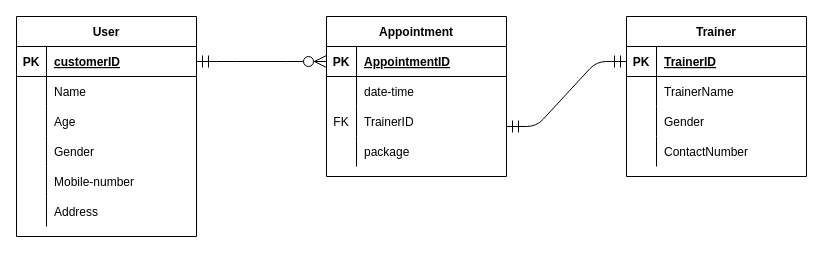
Above: Untitled Diagram.drawio in tcsswapnika/java-practice (draw.io), before the change. Source tidied: cells renumbered, new cells numbered last; positions are measured from the earlier drawing's top-left corner, leaving out a move shared by most shapes. Both pictures are drawn from the tidied source at 100%, with x=0, y=0 at pixel (16, 16).
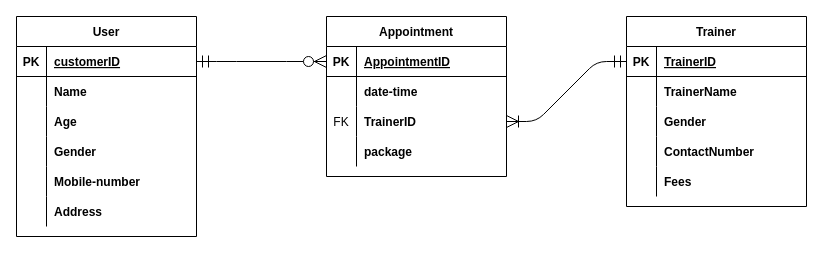
After the change.

The change refers to these unchanged cells:
```xml
<mxCell id="6" style="shape=partialRectangle;fillColor=none;top=0;left=0;bottom=0;right=0;" parent="2" vertex="1">
  <mxGeometry y="60" width="180" height="30" as="geometry" />
</mxCell>
<mxCell id="9" style="shape=partialRectangle;fillColor=none;top=0;left=0;bottom=0;right=0;" parent="2" vertex="1">
  <mxGeometry y="90" width="180" height="30" as="geometry" />
</mxCell>
<mxCell id="12" style="shape=partialRectangle;fillColor=none;top=0;left=0;bottom=0;right=0;" parent="2" vertex="1">
  <mxGeometry y="120" width="180" height="30" as="geometry" />
</mxCell>
<mxCell id="15" style="shape=partialRectangle;fillColor=none;top=0;left=0;bottom=0;right=0;" parent="2" vertex="1">
  <mxGeometry y="150" width="180" height="30" as="geometry" />
</mxCell>
<mxCell id="18" style="shape=partialRectangle;fillColor=none;top=0;left=0;bottom=0;right=0;" parent="2" vertex="1">
  <mxGeometry y="180" width="180" height="30" as="geometry" />
</mxCell>
<mxCell id="25" style="shape=partialRectangle;fillColor=none;top=0;left=0;bottom=0;right=0;" parent="21" vertex="1">
  <mxGeometry y="60" width="180" height="30" as="geometry" />
</mxCell>
<mxCell id="28" style="shape=partialRectangle;fillColor=none;top=0;left=0;bottom=0;right=0;points=[[0,0.5],[1,0.5]];portConstraint=eastwest;" parent="21" vertex="1">
  <mxGeometry y="90" width="180" height="30" as="geometry" />
</mxCell>
<mxCell id="31" style="shape=partialRectangle;fillColor=none;top=0;left=0;bottom=0;right=0;" parent="21" vertex="1">
  <mxGeometry y="120" width="180" height="30" as="geometry" />
</mxCell>
<mxCell id="35" style="shape=partialRectangle;fillColor=none;top=0;left=0;bottom=1;right=0;points=[[0,0.5],[1,0.5]];portConstraint=eastwest;" parent="34" vertex="1">
  <mxGeometry y="30" width="180" height="30" as="geometry" />
</mxCell>
<mxCell id="38" style="shape=partialRectangle;fillColor=none;top=0;left=0;bottom=0;right=0;" parent="34" vertex="1">
  <mxGeometry y="60" width="180" height="30" as="geometry" />
</mxCell>
<mxCell id="41" style="shape=partialRectangle;fillColor=none;top=0;left=0;bottom=0;right=0;" parent="34" vertex="1">
  <mxGeometry y="90" width="180" height="30" as="geometry" />
</mxCell>
<mxCell id="44" style="shape=partialRectangle;fillColor=none;top=0;left=0;bottom=0;right=0;" parent="34" vertex="1">
  <mxGeometry y="120" width="180" height="30" as="geometry" />
</mxCell>
```

Change to the diagram source:
```diff
@@
-    <mxCell id="8" value="Name    " style="shape=partialRectangle;fillColor=none;top=0;left=0;bottom=0;right=0;align=left;spacingLeft=6;overflow=hidden;" parent="6" vertex="1">
+    <mxCell id="8" value="Name    " style="shape=partialRectangle;fillColor=none;top=0;left=0;bottom=0;right=0;align=left;spacingLeft=6;overflow=hidden;fontStyle=1;" parent="6" vertex="1">
       <mxGeometry x="30" width="150" height="30" as="geometry" />
     </mxCell>
@@
-    <mxCell id="11" value="Age" style="shape=partialRectangle;fillColor=none;top=0;left=0;bottom=0;right=0;align=left;spacingLeft=6;overflow=hidden;" parent="9" vertex="1">
+    <mxCell id="11" value="Age" style="shape=partialRectangle;fillColor=none;top=0;left=0;bottom=0;right=0;align=left;spacingLeft=6;overflow=hidden;fontStyle=1;" parent="9" vertex="1">
       <mxGeometry x="30" width="150" height="30" as="geometry" />
     </mxCell>
@@
-    <mxCell id="14" value="Gender" style="shape=partialRectangle;fillColor=none;top=0;left=0;bottom=0;right=0;align=left;spacingLeft=6;overflow=hidden;" parent="12" vertex="1">
+    <mxCell id="14" value="Gender" style="shape=partialRectangle;fillColor=none;top=0;left=0;bottom=0;right=0;align=left;spacingLeft=6;overflow=hidden;fontStyle=1;" parent="12" vertex="1">
       <mxGeometry x="30" width="150" height="30" as="geometry" />
     </mxCell>
@@
-    <mxCell id="17" value="Mobile-number" style="shape=partialRectangle;fillColor=none;top=0;left=0;bottom=0;right=0;align=left;spacingLeft=6;overflow=hidden;" parent="15" vertex="1">
+    <mxCell id="17" value="Mobile-number" style="shape=partialRectangle;fillColor=none;top=0;left=0;bottom=0;right=0;align=left;spacingLeft=6;overflow=hidden;fontStyle=1;" parent="15" vertex="1">
       <mxGeometry x="30" width="150" height="30" as="geometry" />
     </mxCell>
@@
-    <mxCell id="20" value="Address" style="shape=partialRectangle;fillColor=none;top=0;left=0;bottom=0;right=0;align=left;spacingLeft=6;overflow=hidden;" parent="18" vertex="1">
+    <mxCell id="20" value="Address" style="shape=partialRectangle;fillColor=none;top=0;left=0;bottom=0;right=0;align=left;spacingLeft=6;overflow=hidden;fontStyle=1;" parent="18" vertex="1">
       <mxGeometry x="30" width="150" height="30" as="geometry" />
     </mxCell>
@@
-    <mxCell id="27" value="date-time" style="shape=partialRectangle;fillColor=none;top=0;left=0;bottom=0;right=0;align=left;spacingLeft=6;overflow=hidden;" parent="25" vertex="1">
+    <mxCell id="27" value="date-time" style="shape=partialRectangle;fillColor=none;top=0;left=0;bottom=0;right=0;align=left;spacingLeft=6;overflow=hidden;fontStyle=1;" parent="25" vertex="1">
       <mxGeometry x="30" width="150" height="30" as="geometry" />
     </mxCell>
@@
-    <mxCell id="30" value="TrainerID" style="shape=partialRectangle;fillColor=none;top=0;left=0;bottom=0;right=0;align=left;spacingLeft=6;overflow=hidden;" parent="28" vertex="1">
+    <mxCell id="30" value="TrainerID" style="shape=partialRectangle;fillColor=none;top=0;left=0;bottom=0;right=0;align=left;spacingLeft=6;overflow=hidden;fontStyle=1;" parent="28" vertex="1">
       <mxGeometry x="30" width="150" height="30" as="geometry" />
     </mxCell>
@@
-    <mxCell id="33" value="package" style="shape=partialRectangle;fillColor=none;top=0;left=0;bottom=0;right=0;align=left;spacingLeft=6;overflow=hidden;" parent="31" vertex="1">
+    <mxCell id="33" value="package" style="shape=partialRectangle;fillColor=none;top=0;left=0;bottom=0;right=0;align=left;spacingLeft=6;overflow=hidden;fontStyle=1;" parent="31" vertex="1">
       <mxGeometry x="30" width="150" height="30" as="geometry" />
     </mxCell>
     <mxCell id="34" value="Trainer" style="shape=table;startSize=30;childLayout=tableLayout;rowLines=0;fontStyle=1;align=center;" parent="1" vertex="1">
-      <mxGeometry x="610" width="180" height="160" as="geometry" />
+      <mxGeometry x="610" width="180" height="190" as="geometry" />
     </mxCell>
@@
-    <mxCell id="40" value="TrainerName" style="shape=partialRectangle;fillColor=none;top=0;left=0;bottom=0;right=0;align=left;spacingLeft=6;overflow=hidden;" parent="38" vertex="1">
+    <mxCell id="40" value="TrainerName" style="shape=partialRectangle;fillColor=none;top=0;left=0;bottom=0;right=0;align=left;spacingLeft=6;overflow=hidden;fontStyle=1;" parent="38" vertex="1">
       <mxGeometry x="30" width="150" height="30" as="geometry" />
     </mxCell>
@@
-    <mxCell id="43" value="Gender" style="shape=partialRectangle;fillColor=none;top=0;left=0;bottom=0;right=0;align=left;spacingLeft=6;overflow=hidden;" parent="41" vertex="1">
+    <mxCell id="43" value="Gender" style="shape=partialRectangle;fillColor=none;top=0;left=0;bottom=0;right=0;align=left;spacingLeft=6;overflow=hidden;fontStyle=1;" parent="41" vertex="1">
       <mxGeometry x="30" width="150" height="30" as="geometry" />
     </mxCell>
@@
-    <mxCell id="46" value="ContactNumber" style="shape=partialRectangle;fillColor=none;top=0;left=0;bottom=0;right=0;align=left;spacingLeft=6;overflow=hidden;" parent="44" vertex="1">
+    <mxCell id="46" value="ContactNumber" style="shape=partialRectangle;fillColor=none;top=0;left=0;bottom=0;right=0;align=left;spacingLeft=6;overflow=hidden;fontStyle=1;" parent="44" vertex="1">
       <mxGeometry x="30" width="150" height="30" as="geometry" />
     </mxCell>
+    <mxCell id="49" style="shape=partialRectangle;fillColor=none;top=0;left=0;bottom=0;right=0;" parent="34" vertex="1">
+      <mxGeometry y="150" width="180" height="30" as="geometry" />
+    </mxCell>
+    <mxCell id="50" style="shape=partialRectangle;fillColor=none;top=0;left=0;bottom=0;right=0;overflow=hidden;" parent="49" vertex="1">
+      <mxGeometry width="30" height="30" as="geometry" />
+    </mxCell>
+    <mxCell id="51" value="Fees" style="shape=partialRectangle;fillColor=none;top=0;left=0;bottom=0;right=0;align=left;spacingLeft=6;overflow=hidden;fontStyle=1;" parent="49" vertex="1">
+      <mxGeometry x="30" width="150" height="30" as="geometry" />
+    </mxCell>
@@
-    <mxCell id="48" style="edgeStyle=entityRelationEdgeStyle;fontSize=12;html=1;endArrow=ERmandOne;startArrow=ERmandOne;startSize=10;endSize=10;entryX=0;entryY=0.5;entryDx=0;entryDy=0;" parent="1" edge="1" target="35">
-      <mxGeometry relative="1" as="geometry">
-        <mxPoint x="490" y="110" as="sourcePoint" />
-      </mxGeometry>
-    </mxCell>
+    <mxCell id="52" style="edgeStyle=entityRelationEdgeStyle;fontSize=12;html=1;endArrow=ERoneToMany;startArrow=ERmandOne;startSize=10;endSize=10;exitX=0;exitY=0.5;exitDx=0;exitDy=0;" parent="1" edge="1" source="35" target="28">
+      <mxGeometry relative="1" as="geometry" />
+    </mxCell>
```
